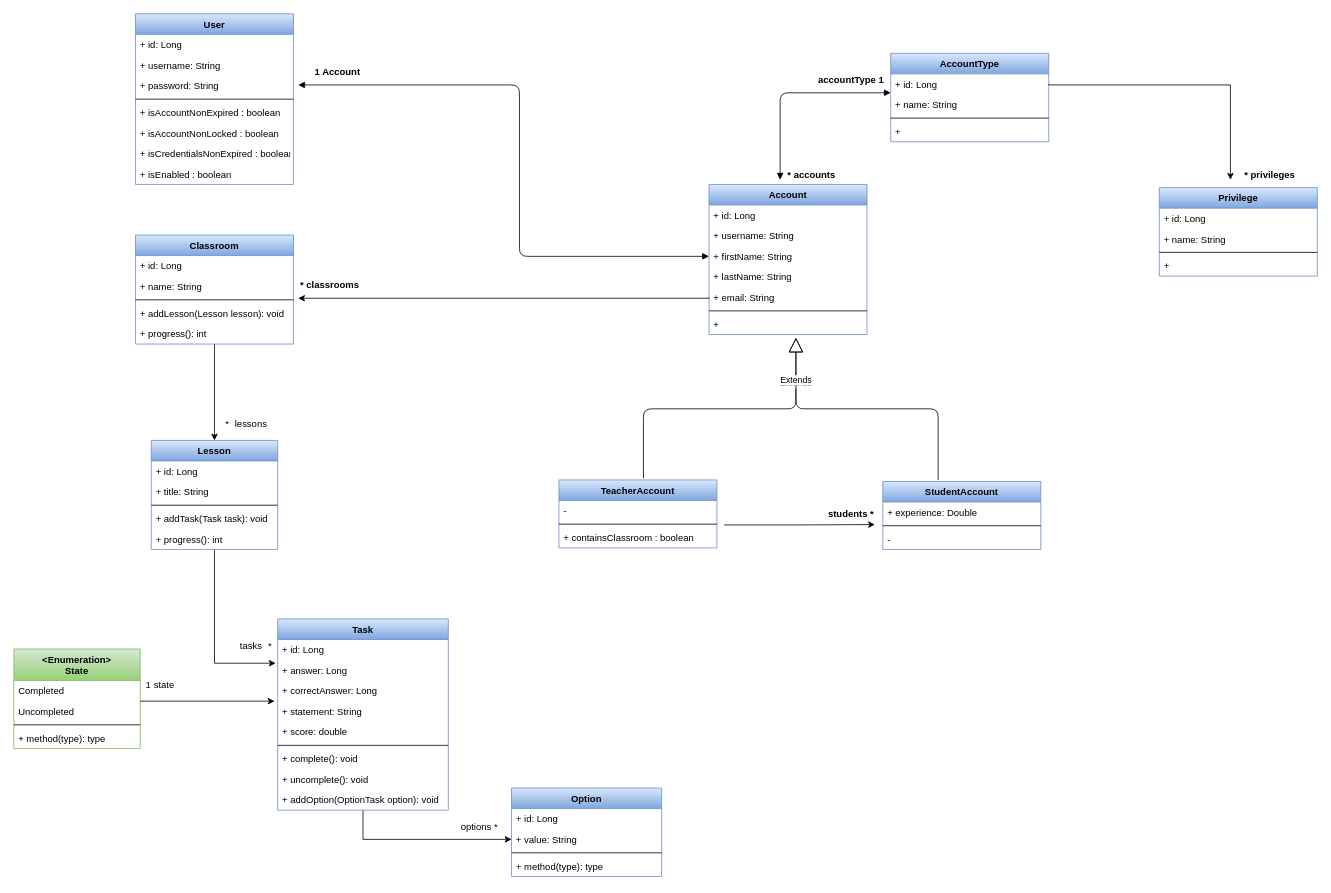
zolezzi/VirTuAula keeps this draw.io diagram as page "Domain" (1 of 2) of doc/UML.drawio. Above is the earlier version. Source tidied: cells renumbered, new cells numbered last; positions are measured from the earlier drawing's top-left corner, leaving out a move shared by most shapes. Both pictures are drawn from the tidied source at 79%, with x=0, y=0 at pixel (13, 13).
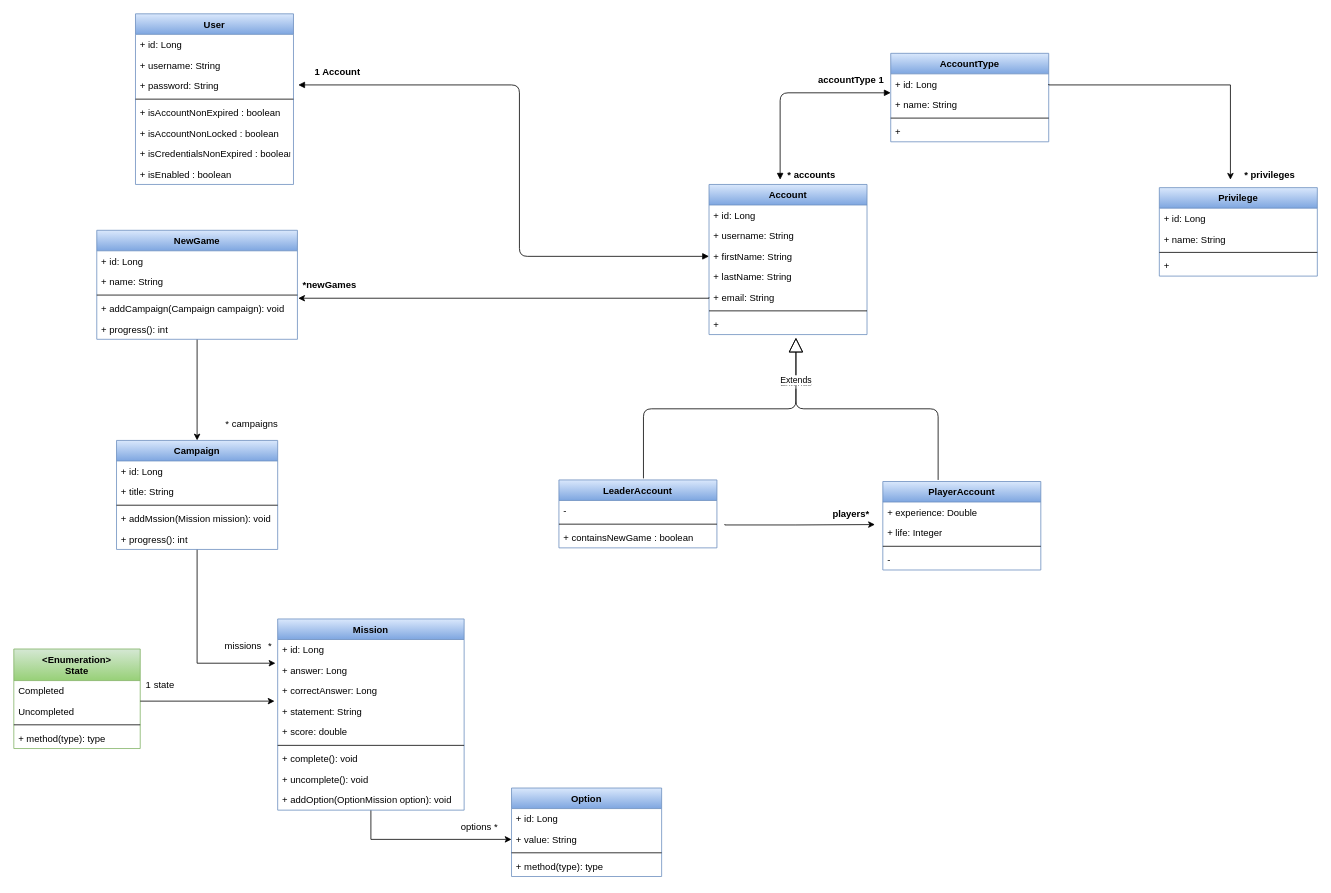
Above is the later version.

Commit message:
Change name entities in UML

Diff of the diagram source:
```diff
@@
-    <mxCell id="4" value="Lesson" style="swimlane;fontStyle=1;align=center;verticalAlign=top;horizontal=1;startSize=26;gradientColor=#7ea6e0;fillColor=#dae8fc;strokeColor=#6c8ebf;" parent="1" vertex="1">
-      <mxGeometry x="174" y="540" width="160" height="138" as="geometry" />
+    <mxCell id="4" value="Campaign" style="swimlane;fontStyle=1;align=center;verticalAlign=top;horizontal=1;startSize=26;gradientColor=#7ea6e0;fillColor=#dae8fc;strokeColor=#6c8ebf;" parent="1" vertex="1">
+      <mxGeometry x="130" y="540" width="204" height="138" as="geometry" />
     </mxCell>
     <mxCell id="5" value="+ id: Long" style="text;strokeColor=none;fillColor=none;align=left;verticalAlign=top;spacingLeft=4;spacingRight=4;overflow=hidden;" parent="4" vertex="1">
-      <mxGeometry y="26" width="160" height="26" as="geometry" />
+      <mxGeometry y="26" width="204" height="26" as="geometry" />
     </mxCell>
     <mxCell id="6" value="+ title: String" style="text;strokeColor=none;fillColor=none;align=left;verticalAlign=top;spacingLeft=4;spacingRight=4;overflow=hidden;" parent="4" vertex="1">
-      <mxGeometry y="52" width="160" height="26" as="geometry" />
+      <mxGeometry y="52" width="204" height="26" as="geometry" />
     </mxCell>
     <mxCell id="7" style="line;strokeWidth=1;fillColor=none;align=left;verticalAlign=middle;spacingTop=-1;spacingLeft=3;spacingRight=3;labelPosition=right;" parent="4" vertex="1">
-      <mxGeometry y="78" width="160" height="8" as="geometry" />
+      <mxGeometry y="78" width="204" height="8" as="geometry" />
     </mxCell>
-    <mxCell id="8" value="+ addTask(Task task): void" style="text;strokeColor=none;fillColor=none;align=left;verticalAlign=top;spacingLeft=4;spacingRight=4;overflow=hidden;" parent="4" vertex="1">
-      <mxGeometry y="86" width="160" height="26" as="geometry" />
+    <mxCell id="8" value="+ addMssion(Mission mission): void" style="text;strokeColor=none;fillColor=none;align=left;verticalAlign=top;spacingLeft=4;spacingRight=4;overflow=hidden;" parent="4" vertex="1">
+      <mxGeometry y="86" width="204" height="26" as="geometry" />
     </mxCell>
     <mxCell id="9" value="+ progress(): int" style="text;strokeColor=none;fillColor=none;align=left;verticalAlign=top;spacingLeft=4;spacingRight=4;overflow=hidden;" parent="4" vertex="1">
-      <mxGeometry y="112" width="160" height="26" as="geometry" />
+      <mxGeometry y="112" width="204" height="26" as="geometry" />
     </mxCell>
@@
-    <mxCell id="11" value="lessons" style="text;html=1;align=center;verticalAlign=middle;" parent="1" vertex="1">
-      <mxGeometry x="270" y="510" width="60" height="20" as="geometry" />
+    <mxCell id="11" value="campaigns" style="text;html=1;align=center;verticalAlign=middle;" parent="1" vertex="1">
+      <mxGeometry x="270" y="510" width="70" height="20" as="geometry" />
     </mxCell>
@@
-    <mxCell id="13" value="Task" style="swimlane;fontStyle=1;align=center;verticalAlign=top;horizontal=1;startSize=26;gradientColor=#7ea6e0;fillColor=#dae8fc;strokeColor=#6c8ebf;" parent="1" vertex="1">
-      <mxGeometry x="334" y="766" width="216" height="242" as="geometry" />
+    <mxCell id="13" value="Mission" style="swimlane;fontStyle=1;align=center;verticalAlign=top;horizontal=1;startSize=26;gradientColor=#7ea6e0;fillColor=#dae8fc;strokeColor=#6c8ebf;" parent="1" vertex="1">
+      <mxGeometry x="334" y="766" width="236" height="242" as="geometry" />
     </mxCell>
     <mxCell id="14" value="+ id: Long" style="text;strokeColor=none;fillColor=none;align=left;verticalAlign=top;spacingLeft=4;spacingRight=4;overflow=hidden;" parent="13" vertex="1">
-      <mxGeometry y="26" width="216" height="26" as="geometry" />
+      <mxGeometry y="26" width="236" height="26" as="geometry" />
     </mxCell>
     <mxCell id="15" value="+ answer: Long" style="text;strokeColor=none;fillColor=none;align=left;verticalAlign=top;spacingLeft=4;spacingRight=4;overflow=hidden;points=[[0,0.5],[1,0.5]];portConstraint=eastwest;" parent="13" vertex="1">
-      <mxGeometry y="52" width="216" height="26" as="geometry" />
+      <mxGeometry y="52" width="236" height="26" as="geometry" />
     </mxCell>
     <mxCell id="16" value="+ correctAnswer: Long" style="text;strokeColor=none;fillColor=none;align=left;verticalAlign=top;spacingLeft=4;spacingRight=4;overflow=hidden;" parent="13" vertex="1">
-      <mxGeometry y="78" width="216" height="26" as="geometry" />
+      <mxGeometry y="78" width="236" height="26" as="geometry" />
     </mxCell>
     <mxCell id="17" value="+ statement: String" style="text;strokeColor=none;fillColor=none;align=left;verticalAlign=top;spacingLeft=4;spacingRight=4;overflow=hidden;" parent="13" vertex="1">
-      <mxGeometry y="104" width="216" height="26" as="geometry" />
+      <mxGeometry y="104" width="236" height="26" as="geometry" />
     </mxCell>
     <mxCell id="18" value="+ score: double" style="text;strokeColor=none;fillColor=none;align=left;verticalAlign=top;spacingLeft=4;spacingRight=4;overflow=hidden;" parent="13" vertex="1">
-      <mxGeometry y="130" width="216" height="26" as="geometry" />
+      <mxGeometry y="130" width="236" height="26" as="geometry" />
     </mxCell>
     <mxCell id="19" style="line;strokeWidth=1;fillColor=none;align=left;verticalAlign=middle;spacingTop=-1;spacingLeft=3;spacingRight=3;labelPosition=right;" parent="13" vertex="1">
-      <mxGeometry y="156" width="216" height="8" as="geometry" />
+      <mxGeometry y="156" width="236" height="8" as="geometry" />
     </mxCell>
     <mxCell id="20" value="+ complete(): void" style="text;strokeColor=none;fillColor=none;align=left;verticalAlign=top;spacingLeft=4;spacingRight=4;overflow=hidden;" parent="13" vertex="1">
-      <mxGeometry y="164" width="216" height="26" as="geometry" />
+      <mxGeometry y="164" width="236" height="26" as="geometry" />
     </mxCell>
     <mxCell id="21" value="+ uncomplete(): void" style="text;strokeColor=none;fillColor=none;align=left;verticalAlign=top;spacingLeft=4;spacingRight=4;overflow=hidden;" parent="13" vertex="1">
-      <mxGeometry y="190" width="216" height="26" as="geometry" />
+      <mxGeometry y="190" width="236" height="26" as="geometry" />
     </mxCell>
-    <mxCell id="22" value="+ addOption(OptionTask option): void" style="text;strokeColor=none;fillColor=none;align=left;verticalAlign=top;spacingLeft=4;spacingRight=4;overflow=hidden;" parent="13" vertex="1">
-      <mxGeometry y="216" width="216" height="26" as="geometry" />
+    <mxCell id="22" value="+ addOption(OptionMission option): void" style="text;strokeColor=none;fillColor=none;align=left;verticalAlign=top;spacingLeft=4;spacingRight=4;overflow=hidden;" parent="13" vertex="1">
+      <mxGeometry y="216" width="236" height="26" as="geometry" />
     </mxCell>
@@
-    <mxCell id="24" value="tasks" style="text;html=1;align=center;verticalAlign=middle;" parent="1" vertex="1">
-      <mxGeometry x="280" y="790" width="40" height="20" as="geometry" />
+    <mxCell id="24" value="missions" style="text;html=1;align=center;verticalAlign=middle;" parent="1" vertex="1">
+      <mxGeometry x="260" y="790" width="60" height="20" as="geometry" />
     </mxCell>
@@
-    <mxCell id="39" value="Classroom" style="swimlane;fontStyle=1;align=center;verticalAlign=top;horizontal=1;startSize=26;gradientColor=#7ea6e0;fillColor=#dae8fc;strokeColor=#6c8ebf;" parent="1" vertex="1">
-      <mxGeometry x="154" y="280" width="200" height="138" as="geometry" />
+    <mxCell id="39" value="NewGame" style="swimlane;fontStyle=1;align=center;verticalAlign=top;horizontal=1;startSize=26;gradientColor=#7ea6e0;fillColor=#dae8fc;strokeColor=#6c8ebf;" parent="1" vertex="1">
+      <mxGeometry x="105" y="274" width="254" height="138" as="geometry" />
     </mxCell>
     <mxCell id="40" value="+ id: Long" style="text;strokeColor=none;fillColor=none;align=left;verticalAlign=top;spacingLeft=4;spacingRight=4;overflow=hidden;" parent="39" vertex="1">
-      <mxGeometry y="26" width="200" height="26" as="geometry" />
+      <mxGeometry y="26" width="254" height="26" as="geometry" />
     </mxCell>
     <mxCell id="41" value="+ name: String" style="text;strokeColor=none;fillColor=none;align=left;verticalAlign=top;spacingLeft=4;spacingRight=4;overflow=hidden;" parent="39" vertex="1">
-      <mxGeometry y="52" width="200" height="26" as="geometry" />
+      <mxGeometry y="52" width="254" height="26" as="geometry" />
     </mxCell>
     <mxCell id="42" style="line;strokeWidth=1;fillColor=none;align=left;verticalAlign=middle;spacingTop=-1;spacingLeft=3;spacingRight=3;labelPosition=right;" parent="39" vertex="1">
-      <mxGeometry y="78" width="200" height="8" as="geometry" />
+      <mxGeometry y="78" width="254" height="8" as="geometry" />
     </mxCell>
-    <mxCell id="43" value="+ addLesson(Lesson lesson): void&#10;" style="text;strokeColor=none;fillColor=none;align=left;verticalAlign=top;spacingLeft=4;spacingRight=4;overflow=hidden;" parent="39" vertex="1">
-      <mxGeometry y="86" width="200" height="26" as="geometry" />
+    <mxCell id="43" value="+ addCampaign(Campaign campaign): void&#10;" style="text;strokeColor=none;fillColor=none;align=left;verticalAlign=top;spacingLeft=4;spacingRight=4;overflow=hidden;" parent="39" vertex="1">
+      <mxGeometry y="86" width="254" height="26" as="geometry" />
     </mxCell>
     <mxCell id="44" value="+ progress(): int&#10;" style="text;strokeColor=none;fillColor=none;align=left;verticalAlign=top;spacingLeft=4;spacingRight=4;overflow=hidden;" parent="39" vertex="1">
-      <mxGeometry y="112" width="200" height="26" as="geometry" />
+      <mxGeometry y="112" width="254" height="26" as="geometry" />
     </mxCell>
@@
-    <mxCell id="70" value="StudentAccount" style="swimlane;fontStyle=1;align=center;verticalAlign=top;horizontal=1;startSize=26;gradientColor=#7ea6e0;fillColor=#dae8fc;strokeColor=#6c8ebf;" parent="1" vertex="1">
-      <mxGeometry x="1100" y="592" width="200" height="86" as="geometry" />
+    <mxCell id="70" value="PlayerAccount" style="swimlane;fontStyle=1;align=center;verticalAlign=top;horizontal=1;startSize=26;gradientColor=#7ea6e0;fillColor=#dae8fc;strokeColor=#6c8ebf;" parent="1" vertex="1">
+      <mxGeometry x="1100" y="592" width="200" height="112" as="geometry" />
     </mxCell>
@@
+    <mxCell id="94" value="+ life: Integer" style="text;strokeColor=none;fillColor=none;align=left;verticalAlign=top;spacingLeft=4;spacingRight=4;overflow=hidden;" parent="70" vertex="1">
+      <mxGeometry y="52" width="200" height="26" as="geometry" />
+    </mxCell>
     <mxCell id="72" style="line;strokeWidth=1;fillColor=none;align=left;verticalAlign=middle;spacingTop=-1;spacingLeft=3;spacingRight=3;labelPosition=right;" parent="70" vertex="1">
-      <mxGeometry y="52" width="200" height="8" as="geometry" />
+      <mxGeometry y="78" width="200" height="8" as="geometry" />
     </mxCell>
     <mxCell id="73" value="-" style="text;strokeColor=none;fillColor=none;align=left;verticalAlign=top;spacingLeft=4;spacingRight=4;overflow=hidden;" parent="70" vertex="1">
-      <mxGeometry y="60" width="200" height="26" as="geometry" />
+      <mxGeometry y="86" width="200" height="26" as="geometry" />
     </mxCell>
-    <mxCell id="74" value="TeacherAccount" style="swimlane;fontStyle=1;align=center;verticalAlign=top;horizontal=1;startSize=26;gradientColor=#7ea6e0;fillColor=#dae8fc;strokeColor=#6c8ebf;" parent="1" vertex="1">
+    <mxCell id="74" value="LeaderAccount" style="swimlane;fontStyle=1;align=center;verticalAlign=top;horizontal=1;startSize=26;gradientColor=#7ea6e0;fillColor=#dae8fc;strokeColor=#6c8ebf;" parent="1" vertex="1">
       <mxGeometry x="690" y="590" width="200" height="86" as="geometry" />
     </mxCell>
@@
-    <mxCell id="77" value="+ containsClassroom : boolean" style="text;strokeColor=none;fillColor=none;align=left;verticalAlign=top;spacingLeft=4;spacingRight=4;overflow=hidden;" parent="74" vertex="1">
+    <mxCell id="77" value="+ containsNewGame : boolean" style="text;strokeColor=none;fillColor=none;align=left;verticalAlign=top;spacingLeft=4;spacingRight=4;overflow=hidden;" parent="74" vertex="1">
       <mxGeometry y="60" width="200" height="26" as="geometry" />
     </mxCell>
@@
-    <mxCell id="87" value="* classrooms" style="text;align=center;fontStyle=1;verticalAlign=middle;spacingLeft=3;spacingRight=3;strokeColor=none;" parent="1" vertex="1">
+    <mxCell id="87" value="*newGames" style="text;align=center;fontStyle=1;verticalAlign=middle;spacingLeft=3;spacingRight=3;strokeColor=none;" parent="1" vertex="1">
       <mxGeometry x="360" y="330" width="80" height="26" as="geometry" />
     </mxCell>
@@
-    <mxCell id="92" value="students *" style="text;align=center;fontStyle=1;verticalAlign=middle;spacingLeft=3;spacingRight=3;strokeColor=none;" parent="1" vertex="1">
+    <mxCell id="92" value="players*" style="text;align=center;fontStyle=1;verticalAlign=middle;spacingLeft=3;spacingRight=3;strokeColor=none;" parent="1" vertex="1">
       <mxGeometry x="1020" y="620" width="80" height="26" as="geometry" />
     </mxCell>
```
